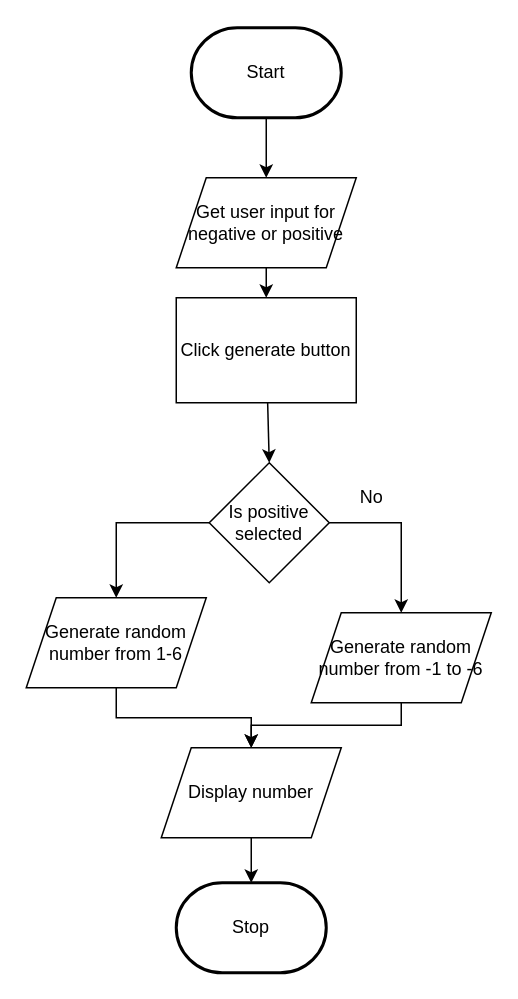
Above: design/flowchart.drawio in MTHS-ICD2O-1-2024/ICD2O-Unit-5-02-Devin-boucher (draw.io), before the change. Source tidied: cells renumbered, new cells numbered last; positions are measured from the earlier drawing's top-left corner, leaving out a move shared by most shapes. Both pictures are drawn from the tidied source at 150%, with x=0, y=0 at pixel (26, 27).
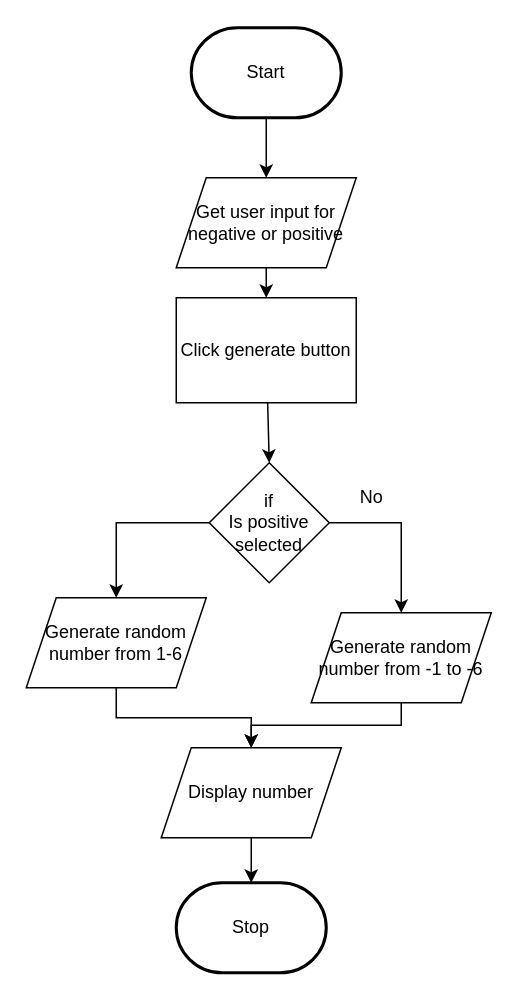
The same diagram, later.

Commit message (it also covers changes not shown here):
made flowchart

What changed in the source:
```diff
@@
 <mxGraphModel>
   <root>
     <mxCell id="0" />
     <mxCell id="1" parent="0" />
     <mxCell id="2" style="edgeStyle=orthogonalEdgeStyle;html=1;rounded=0;entryX=0.5;entryY=0;entryDx=0;entryDy=0;" parent="1" edge="1" source="3" target="6">
       <mxGeometry relative="1" as="geometry" />
     </mxCell>
     <mxCell id="3" value="Start" style="strokeWidth=2;html=1;shape=mxgraph.flowchart.terminator;whiteSpace=wrap;" parent="1" vertex="1">
       <mxGeometry x="110" width="100" height="60" as="geometry" />
     </mxCell>
     <mxCell id="4" value="Stop" style="strokeWidth=2;html=1;shape=mxgraph.flowchart.terminator;whiteSpace=wrap;" parent="1" vertex="1">
       <mxGeometry x="100" y="570" width="100" height="60" as="geometry" />
     </mxCell>
     <mxCell id="5" style="edgeStyle=none;html=1;entryX=0.5;entryY=0;entryDx=0;entryDy=0;" parent="1" edge="1" source="6" target="8">
       <mxGeometry relative="1" as="geometry" />
     </mxCell>
     <mxCell id="6" value="Get user input for negative or positive" style="shape=parallelogram;perimeter=parallelogramPerimeter;whiteSpace=wrap;html=1;fixedSize=1;" parent="1" vertex="1">
       <mxGeometry x="100" y="100" width="120" height="60" as="geometry" />
     </mxCell>
     <mxCell id="7" style="edgeStyle=none;html=1;entryX=0.5;entryY=0;entryDx=0;entryDy=0;" parent="1" edge="1" source="8" target="11">
       <mxGeometry relative="1" as="geometry" />
     </mxCell>
     <mxCell id="8" value="Click generate button" style="whiteSpace=wrap;html=1;" parent="1" vertex="1">
       <mxGeometry x="100" y="180" width="120" height="70" as="geometry" />
     </mxCell>
     <mxCell id="9" style="edgeStyle=orthogonalEdgeStyle;html=1;exitX=1;exitY=0.5;exitDx=0;exitDy=0;entryX=0.5;entryY=0;entryDx=0;entryDy=0;rounded=0;curved=0;" parent="1" edge="1" source="11" target="13">
       <mxGeometry relative="1" as="geometry" />
     </mxCell>
     <mxCell id="10" style="edgeStyle=orthogonalEdgeStyle;html=1;exitX=0;exitY=0.5;exitDx=0;exitDy=0;rounded=0;curved=0;" parent="1" edge="1" source="11" target="16">
       <mxGeometry relative="1" as="geometry" />
     </mxCell>
-    <mxCell id="11" value="Is positive selected" style="rhombus;whiteSpace=wrap;html=1;" parent="1" vertex="1">
+    <mxCell id="11" value="&lt;div&gt;if&lt;/div&gt;Is positive selected" style="rhombus;whiteSpace=wrap;html=1;" parent="1" vertex="1">
       <mxGeometry x="122" y="290" width="80" height="80" as="geometry" />
     </mxCell>
     <mxCell id="12" style="edgeStyle=orthogonalEdgeStyle;html=1;exitX=0.5;exitY=1;exitDx=0;exitDy=0;rounded=0;curved=0;" parent="1" edge="1" source="13" target="17">
       <mxGeometry relative="1" as="geometry" />
     </mxCell>
     <mxCell id="13" value="Generate random number from -1 to -6" style="shape=parallelogram;perimeter=parallelogramPerimeter;whiteSpace=wrap;html=1;fixedSize=1;" parent="1" vertex="1">
       <mxGeometry x="190" y="390" width="120" height="60" as="geometry" />
     </mxCell>
     <mxCell id="14" value="No" style="text;html=1;align=center;verticalAlign=middle;strokeColor=none;fillColor=none;" parent="1" vertex="1">
       <mxGeometry x="210" y="298" width="40" height="30" as="geometry" />
     </mxCell>
     <mxCell id="15" style="edgeStyle=orthogonalEdgeStyle;html=1;rounded=0;curved=0;" parent="1" edge="1" source="16" target="17">
       <mxGeometry relative="1" as="geometry" />
     </mxCell>
     <mxCell id="16" value="Generate random number from 1-6" style="shape=parallelogram;perimeter=parallelogramPerimeter;whiteSpace=wrap;html=1;fixedSize=1;" parent="1" vertex="1">
       <mxGeometry y="380" width="120" height="60" as="geometry" />
     </mxCell>
     <mxCell id="17" value="Display number" style="shape=parallelogram;perimeter=parallelogramPerimeter;whiteSpace=wrap;html=1;fixedSize=1;" parent="1" vertex="1">
       <mxGeometry x="90" y="480" width="120" height="60" as="geometry" />
     </mxCell>
     <mxCell id="18" style="edgeStyle=orthogonalEdgeStyle;html=1;exitX=0.5;exitY=1;exitDx=0;exitDy=0;entryX=0.5;entryY=0;entryDx=0;entryDy=0;entryPerimeter=0;" parent="1" edge="1" source="17" target="4">
       <mxGeometry relative="1" as="geometry" />
     </mxCell>
   </root>
 </mxGraphModel>
```
